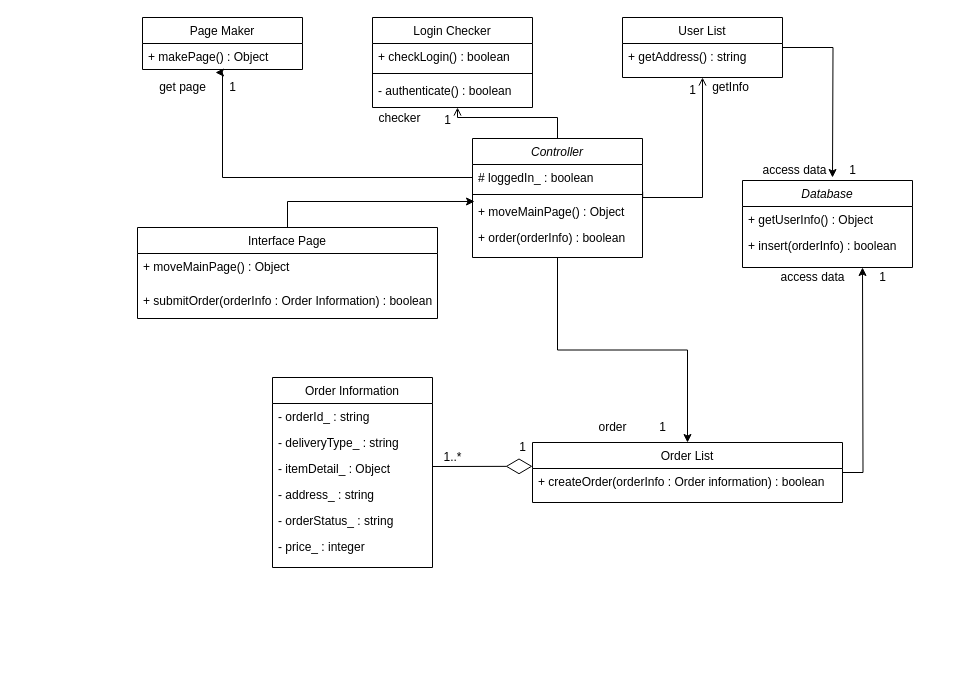
Earlier version of the draw.io diagram docs/SubgroupA_pizzaorder/A-class-diagram/A-UC-5-class-diagram.drawio (cau-sw-engineering-2021/online-pizza-ordering-system). Source tidied: cells renumbered, new cells numbered last; positions are measured from the earlier drawing's top-left corner, leaving out a move shared by most shapes. Both pictures are drawn from the tidied source at 100%, with x=0, y=0 at pixel (137, 17).
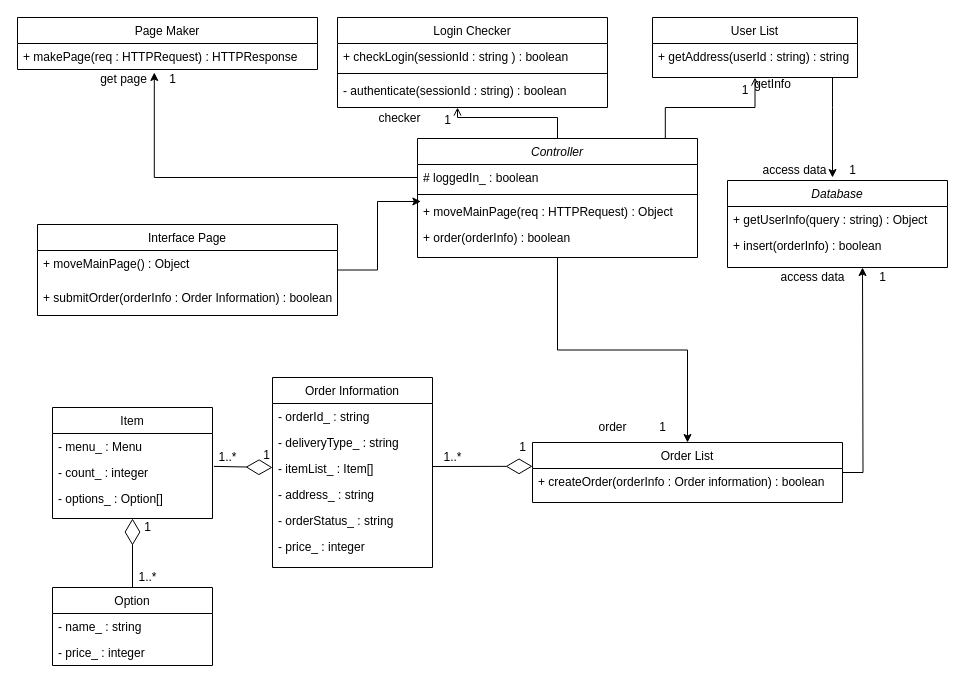
The same page after the edit.

Commit message (it also covers changes not shown here):
Update groupA diagram

update sequence A-UC-5, class A-UC1, A-UC5

Unchanged cells that the change refers to:
```xml
<mxCell id="23" value="Order Information" style="swimlane;fontStyle=0;align=center;verticalAlign=top;horizontal=1;startSize=26;rounded=0;shadow=0;strokeWidth=1;" parent="1" vertex="1">
  <mxGeometry x="135" y="360" width="160" height="190" as="geometry" />
</mxCell>
```

Change to the diagram source:
```diff
@@
     <mxCell id="3" value="Controller" style="swimlane;fontStyle=2;align=center;verticalAlign=top;horizontal=1;startSize=26;rounded=0;shadow=0;strokeWidth=1;" parent="1" vertex="1">
-      <mxGeometry x="335" y="121" width="170" height="119" as="geometry" />
+      <mxGeometry x="280" y="121" width="280" height="119" as="geometry" />
     </mxCell>
     <mxCell id="4" value="# loggedIn_ : boolean" style="text;align=left;verticalAlign=top;spacingLeft=4;spacingRight=4;overflow=hidden;points=[[0,0.5],[1,0.5]];portConstraint=eastwest;" parent="3" vertex="1">
-      <mxGeometry y="26" width="170" height="26" as="geometry" />
+      <mxGeometry y="26" width="280" height="26" as="geometry" />
     </mxCell>
     <mxCell id="5" style="line;html=1;strokeWidth=1;align=left;verticalAlign=middle;spacingTop=-1;spacingLeft=3;spacingRight=3;labelPosition=right;" parent="3" vertex="1">
-      <mxGeometry y="52" width="170" height="8" as="geometry" />
+      <mxGeometry y="52" width="280" height="8" as="geometry" />
     </mxCell>
-    <mxCell id="6" value="+ moveMainPage() : Object" style="text;align=left;verticalAlign=top;spacingLeft=4;spacingRight=4;overflow=hidden;points=[[0,0.5],[1,0.5]];portConstraint=eastwest;" parent="3" vertex="1">
-      <mxGeometry y="60" width="170" height="26" as="geometry" />
+    <mxCell id="6" value="+ moveMainPage(req : HTTPRequest) : Object" style="text;align=left;verticalAlign=top;spacingLeft=4;spacingRight=4;overflow=hidden;points=[[0,0.5],[1,0.5]];portConstraint=eastwest;" parent="3" vertex="1">
+      <mxGeometry y="60" width="280" height="26" as="geometry" />
     </mxCell>
     <mxCell id="7" value="+ order(orderInfo) : boolean" style="text;align=left;verticalAlign=top;spacingLeft=4;spacingRight=4;overflow=hidden;" parent="3" vertex="1">
-      <mxGeometry y="86" width="170" height="26" as="geometry" />
+      <mxGeometry y="86" width="280" height="26" as="geometry" />
     </mxCell>
     <mxCell id="8" value="Page Maker" style="swimlane;fontStyle=0;align=center;verticalAlign=top;horizontal=1;startSize=26;rounded=0;shadow=0;strokeWidth=1;" parent="1" vertex="1">
-      <mxGeometry x="5" width="160" height="52" as="geometry" />
+      <mxGeometry x="-120" width="300" height="52" as="geometry" />
     </mxCell>
-    <mxCell id="9" value="+ makePage() : Object" style="text;align=left;verticalAlign=top;spacingLeft=4;spacingRight=4;overflow=hidden;points=[[0,0.5],[1,0.5]];portConstraint=eastwest;" parent="8" vertex="1">
-      <mxGeometry y="26" width="160" height="26" as="geometry" />
+    <mxCell id="9" value="+ makePage(req : HTTPRequest) : HTTPResponse" style="text;align=left;verticalAlign=top;spacingLeft=4;spacingRight=4;overflow=hidden;points=[[0,0.5],[1,0.5]];portConstraint=eastwest;" parent="8" vertex="1">
+      <mxGeometry y="26" width="300" height="26" as="geometry" />
     </mxCell>
     <mxCell id="10" value="Login Checker" style="swimlane;fontStyle=0;align=center;verticalAlign=top;horizontal=1;startSize=26;rounded=0;shadow=0;strokeWidth=1;" parent="1" vertex="1">
-      <mxGeometry x="235" width="160" height="90" as="geometry" />
+      <mxGeometry x="200" width="270" height="90" as="geometry" />
     </mxCell>
-    <mxCell id="11" value="+ checkLogin() : boolean" style="text;align=left;verticalAlign=top;spacingLeft=4;spacingRight=4;overflow=hidden;" parent="10" vertex="1">
-      <mxGeometry y="26" width="160" height="26" as="geometry" />
+    <mxCell id="11" value="+ checkLogin(sessionId : string ) : boolean" style="text;align=left;verticalAlign=top;spacingLeft=4;spacingRight=4;overflow=hidden;" parent="10" vertex="1">
+      <mxGeometry y="26" width="270" height="26" as="geometry" />
     </mxCell>
     <mxCell id="12" style="line;html=1;strokeWidth=1;align=left;verticalAlign=middle;spacingTop=-1;spacingLeft=3;spacingRight=3;labelPosition=right;" parent="10" vertex="1">
-      <mxGeometry y="52" width="160" height="8" as="geometry" />
+      <mxGeometry y="52" width="270" height="8" as="geometry" />
     </mxCell>
-    <mxCell id="13" value="- authenticate() : boolean" style="text;align=left;verticalAlign=top;spacingLeft=4;spacingRight=4;overflow=hidden;" parent="10" vertex="1">
-      <mxGeometry y="60" width="160" height="26" as="geometry" />
+    <mxCell id="13" value="- authenticate(sessionId : string) : boolean" style="text;align=left;verticalAlign=top;spacingLeft=4;spacingRight=4;overflow=hidden;" parent="10" vertex="1">
+      <mxGeometry y="60" width="270" height="26" as="geometry" />
     </mxCell>
@@
     <mxCell id="17" style="edgeStyle=orthogonalEdgeStyle;rounded=0;jettySize=auto;html=1;" parent="1" edge="1" source="18">
       <mxGeometry relative="1" as="geometry">
         <mxPoint x="695" y="160" as="targetPoint" />
+        <Array as="points">
+          <mxPoint x="695" y="90" />
+          <mxPoint x="695" y="90" />
+        </Array>
       </mxGeometry>
     </mxCell>
     <mxCell id="18" value="User List" style="swimlane;fontStyle=0;align=center;verticalAlign=top;horizontal=1;startSize=26;rounded=0;shadow=0;strokeWidth=1;" parent="1" vertex="1">
-      <mxGeometry x="485" width="160" height="60" as="geometry" />
+      <mxGeometry x="515" width="205" height="60" as="geometry" />
     </mxCell>
-    <mxCell id="19" value="+ getAddress() : string" style="text;align=left;verticalAlign=top;spacingLeft=4;spacingRight=4;overflow=hidden;" parent="18" vertex="1">
-      <mxGeometry y="26" width="160" height="26" as="geometry" />
+    <mxCell id="19" value="+ getAddress(userId : string) : string" style="text;align=left;verticalAlign=top;spacingLeft=4;spacingRight=4;overflow=hidden;" parent="18" vertex="1">
+      <mxGeometry y="26" width="205" height="26" as="geometry" />
     </mxCell>
-    <mxCell id="20" style="endArrow=open;shadow=0;strokeWidth=1;rounded=0;endFill=1;edgeStyle=elbowEdgeStyle;elbow=vertical;exitX=1.001;exitY=1.044;exitDx=0;exitDy=0;exitPerimeter=0;entryX=0.5;entryY=1;entryDx=0;entryDy=0;" parent="1" edge="1" source="4" target="18">
+    <mxCell id="20" style="endArrow=open;shadow=0;strokeWidth=1;rounded=0;endFill=1;edgeStyle=elbowEdgeStyle;elbow=vertical;exitX=0.885;exitY=-0.001;exitDx=0;exitDy=0;exitPerimeter=0;entryX=0.5;entryY=1;entryDx=0;entryDy=0;" parent="1" edge="1" source="3" target="18">
       <mxGeometry x="0.5" y="41" relative="1" as="geometry">
         <Array as="points">
+          <mxPoint x="590" y="90" />
           <mxPoint x="495" y="180" />
           <mxPoint x="570" y="120" />
         </Array>
         <mxPoint x="-40" y="32" as="offset" />
       </mxGeometry>
     </mxCell>
@@
     <mxCell id="22" value="getInfo" style="text;html=1;align=center;verticalAlign=middle;labelBackgroundColor=none;rounded=0;shadow=0;strokeWidth=1;fontSize=12;" parent="20" vertex="1">
       <mxGeometry x="0.5" y="49" relative="1" as="geometry">
-        <mxPoint x="76" y="-37" as="offset" />
+        <mxPoint x="25" y="25" as="offset" />
       </mxGeometry>
     </mxCell>
@@
-    <mxCell id="26" value="- itemDetail_ : Object" style="text;align=left;verticalAlign=top;spacingLeft=4;spacingRight=4;overflow=hidden;points=[[0,0.5],[1,0.5]];portConstraint=eastwest;" parent="23" vertex="1">
+    <mxCell id="26" value="- itemList_ : Item[]" style="text;align=left;verticalAlign=top;spacingLeft=4;spacingRight=4;overflow=hidden;points=[[0,0.5],[1,0.5]];portConstraint=eastwest;" parent="23" vertex="1">
       <mxGeometry y="78" width="160" height="26" as="geometry" />
     </mxCell>
@@
     <mxCell id="39" value="Interface Page" style="swimlane;fontStyle=0;align=center;verticalAlign=top;horizontal=1;startSize=26;rounded=0;shadow=0;strokeWidth=1;" parent="1" vertex="1">
-      <mxGeometry y="210" width="300" height="91" as="geometry" />
+      <mxGeometry x="-100" y="207" width="300" height="91" as="geometry" />
     </mxCell>
@@
     <mxCell id="42" style="edgeStyle=orthogonalEdgeStyle;rounded=0;jettySize=auto;html=1;exitX=0;exitY=0.5;exitDx=0;exitDy=0;entryX=0.456;entryY=1.115;entryDx=0;entryDy=0;entryPerimeter=0;" parent="1" edge="1" source="4" target="9">
       <mxGeometry relative="1" as="geometry">
         <Array as="points">
-          <mxPoint x="85" y="160" />
-          <mxPoint x="85" y="55" />
+          <mxPoint x="17" y="160" />
         </Array>
       </mxGeometry>
     </mxCell>
     <mxCell id="43" value="1" style="text;html=1;align=center;verticalAlign=middle;strokeColor=none;" parent="1" vertex="1">
-      <mxGeometry x="85" y="60" width="20" height="20" as="geometry" />
+      <mxGeometry x="25" y="52" width="20" height="20" as="geometry" />
     </mxCell>
     <mxCell id="44" value="get page" style="text;html=1;align=center;verticalAlign=middle;strokeColor=none;" parent="1" vertex="1">
-      <mxGeometry x="15" y="60" width="60" height="20" as="geometry" />
+      <mxGeometry x="-44" y="52" width="60" height="20" as="geometry" />
     </mxCell>
     <mxCell id="45" value="Database" style="swimlane;fontStyle=2;align=center;verticalAlign=top;horizontal=1;startSize=26;rounded=0;shadow=0;strokeWidth=1;" parent="1" vertex="1">
-      <mxGeometry x="605" y="163" width="170" height="87" as="geometry" />
+      <mxGeometry x="590" y="163" width="220" height="87" as="geometry" />
     </mxCell>
-    <mxCell id="46" value="+ getUserInfo() : Object" style="text;align=left;verticalAlign=top;spacingLeft=4;spacingRight=4;overflow=hidden;" parent="45" vertex="1">
-      <mxGeometry y="26" width="170" height="26" as="geometry" />
+    <mxCell id="46" value="+ getUserInfo(query : string) : Object" style="text;align=left;verticalAlign=top;spacingLeft=4;spacingRight=4;overflow=hidden;" parent="45" vertex="1">
+      <mxGeometry y="26" width="220" height="26" as="geometry" />
     </mxCell>
     <mxCell id="47" value="+ insert(orderInfo) : boolean" style="text;align=left;verticalAlign=top;spacingLeft=4;spacingRight=4;overflow=hidden;" parent="45" vertex="1">
-      <mxGeometry y="52" width="170" height="26" as="geometry" />
+      <mxGeometry y="52" width="220" height="26" as="geometry" />
     </mxCell>
@@
+    <mxCell id="52" style="endArrow=diamondThin;endFill=0;endSize=24;html=1;exitX=1.009;exitY=0.264;exitDx=0;exitDy=0;exitPerimeter=0;entryX=0;entryY=0.397;entryDx=0;entryDy=0;entryPerimeter=0;" parent="1" edge="1" source="55">
+      <mxGeometry relative="1" as="geometry">
+        <mxPoint x="135" y="450" as="targetPoint" />
+      </mxGeometry>
+    </mxCell>
+    <mxCell id="53" value="Item" style="swimlane;fontStyle=0;align=center;verticalAlign=top;horizontal=1;startSize=26;rounded=0;shadow=0;strokeWidth=1;" parent="1" vertex="1">
+      <mxGeometry x="-85" y="390" width="160" height="111" as="geometry" />
+    </mxCell>
+    <mxCell id="54" value="- menu_ : Menu" style="text;align=left;verticalAlign=top;spacingLeft=4;spacingRight=4;overflow=hidden;" parent="53" vertex="1">
+      <mxGeometry y="26" width="160" height="26" as="geometry" />
+    </mxCell>
+    <mxCell id="55" value="- count_ : integer" style="text;align=left;verticalAlign=top;spacingLeft=4;spacingRight=4;overflow=hidden;points=[[0,0.5],[1,0.5]];portConstraint=eastwest;" parent="53" vertex="1">
+      <mxGeometry y="52" width="160" height="26" as="geometry" />
+    </mxCell>
+    <mxCell id="56" value="- options_ : Option[]" style="text;align=left;verticalAlign=top;spacingLeft=4;spacingRight=4;overflow=hidden;" parent="53" vertex="1">
+      <mxGeometry y="78" width="160" height="26" as="geometry" />
+    </mxCell>
+    <mxCell id="57" value="Option" style="swimlane;fontStyle=0;align=center;verticalAlign=top;horizontal=1;startSize=26;rounded=0;shadow=0;strokeWidth=1;" parent="1" vertex="1">
+      <mxGeometry x="-85" y="570" width="160" height="78" as="geometry" />
+    </mxCell>
+    <mxCell id="58" value="- name_ : string" style="text;align=left;verticalAlign=top;spacingLeft=4;spacingRight=4;overflow=hidden;" parent="57" vertex="1">
+      <mxGeometry y="26" width="160" height="26" as="geometry" />
+    </mxCell>
+    <mxCell id="59" value="- price_ : integer" style="text;align=left;verticalAlign=top;spacingLeft=4;spacingRight=4;overflow=hidden;" parent="57" vertex="1">
+      <mxGeometry y="52" width="160" height="26" as="geometry" />
+    </mxCell>
+    <mxCell id="60" style="endArrow=diamondThin;endFill=0;endSize=24;html=1;exitX=0.5;exitY=0;exitDx=0;exitDy=0;entryX=0.5;entryY=1;entryDx=0;entryDy=0;" parent="1" edge="1" source="57" target="53">
+      <mxGeometry relative="1" as="geometry" />
+    </mxCell>
+    <mxCell id="61" value="1..*" style="text;html=1;align=center;verticalAlign=middle;strokeColor=none;" parent="1" vertex="1">
+      <mxGeometry x="75" y="430" width="30" height="20" as="geometry" />
+    </mxCell>
+    <mxCell id="62" value="1" style="text;html=1;align=center;verticalAlign=middle;strokeColor=none;" parent="1" vertex="1">
+      <mxGeometry x="119" y="428" width="20" height="20" as="geometry" />
+    </mxCell>
+    <mxCell id="63" value="1" style="text;html=1;align=center;verticalAlign=middle;strokeColor=none;" parent="1" vertex="1">
+      <mxGeometry y="500" width="20" height="20" as="geometry" />
+    </mxCell>
+    <mxCell id="64" value="1..*" style="text;html=1;align=center;verticalAlign=middle;strokeColor=none;" parent="1" vertex="1">
+      <mxGeometry x="-5" y="550" width="30" height="20" as="geometry" />
+    </mxCell>
```
